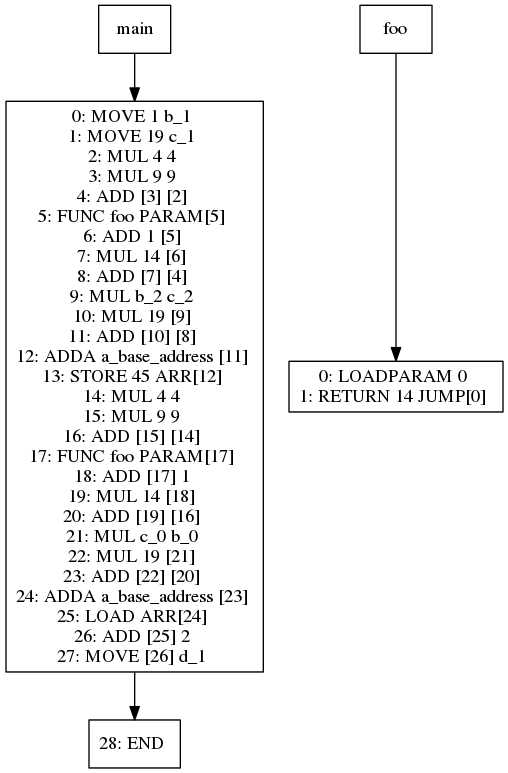
The Graphviz diagram viz/test020.dot.png in jiahanwang/PL241-Compiler, before a commit. Its source is kept beside it as viz/test020.dot.
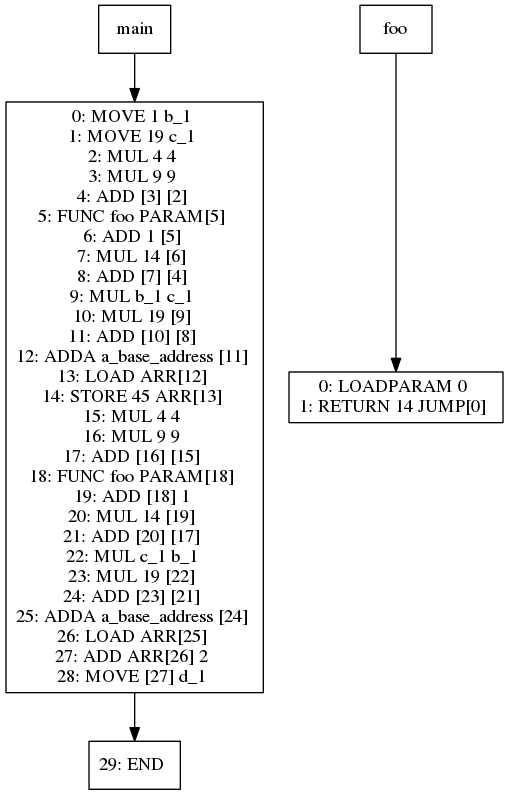
Above is the later version.

Diff of the diagram source:
```diff
@@ -11,28 +11,29 @@
 6: ADD 1 [5]
 7: MUL 14 [6]
 8: ADD [7] [4]
-9: MUL b_2 c_2
+9: MUL b_1 c_1
 10: MUL 19 [9]
 11: ADD [10] [8]
 12: ADDA a_base_address [11]
-13: STORE 45 ARR[12]
-14: MUL 4 4
-15: MUL 9 9
-16: ADD [15] [14]
-17: FUNC foo PARAM[17]
-18: ADD [17] 1
-19: MUL 14 [18]
-20: ADD [19] [16]
-21: MUL c_0 b_0
-22: MUL 19 [21]
-23: ADD [22] [20]
-24: ADDA a_base_address [23]
-25: LOAD ARR[24]
-26: ADD [25] 2
-27: MOVE [26] d_1
+13: LOAD ARR[12]
+14: STORE 45 ARR[13]
+15: MUL 4 4
+16: MUL 9 9
+17: ADD [16] [15]
+18: FUNC foo PARAM[18]
+19: ADD [18] 1
+20: MUL 14 [19]
+21: ADD [20] [17]
+22: MUL c_1 b_1
+23: MUL 19 [22]
+24: ADD [23] [21]
+25: ADDA a_base_address [24]
+26: LOAD ARR[25]
+27: ADD ARR[26] 2
+28: MOVE [27] d_1
 "]
 6 -> 10
-10[label="28: END
+10[label="29: END
 "]
 4[label="foo"]
 4 -> 5
```
